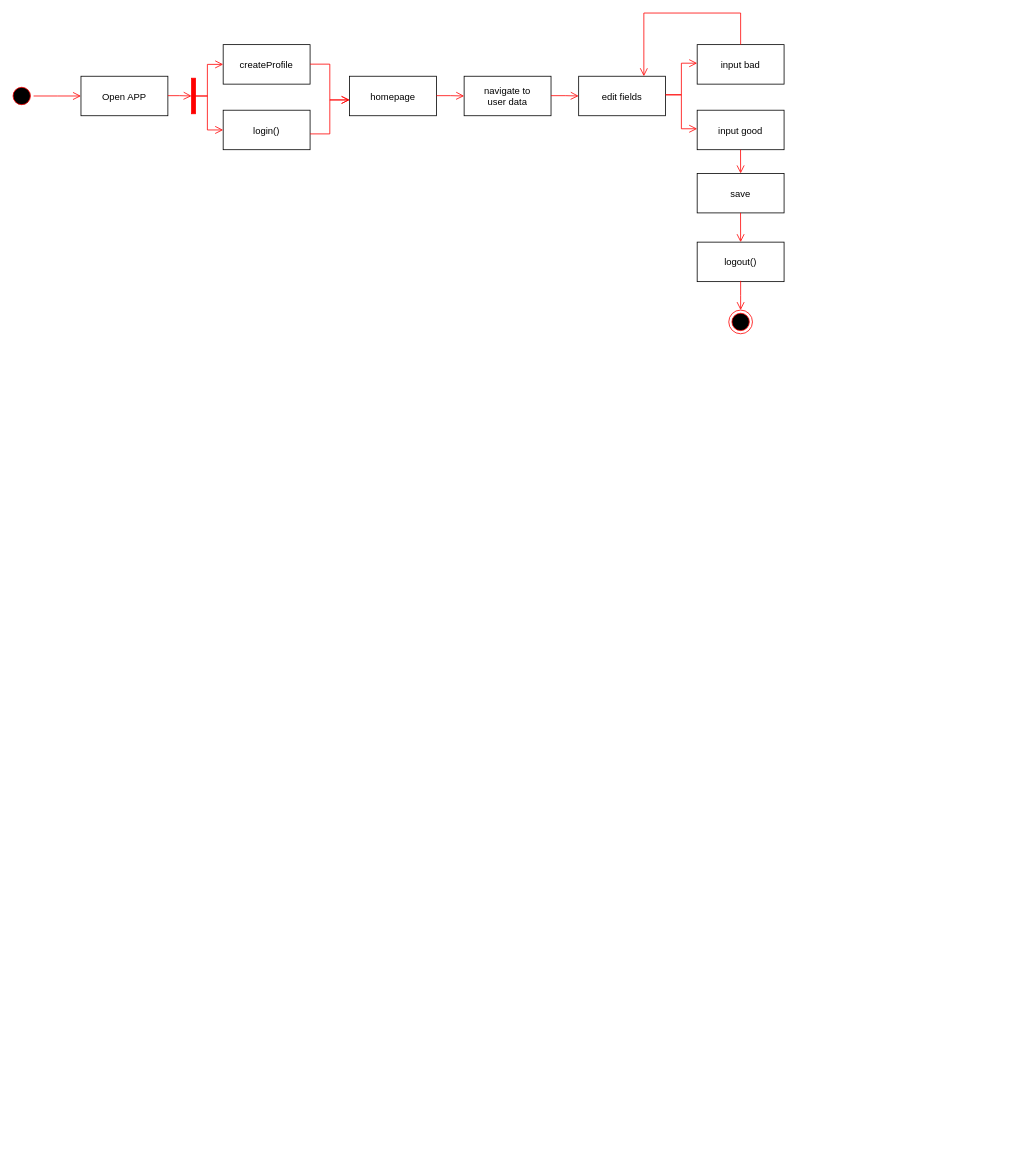
Above: activity.drawio in stefBean/BiberExercise (draw.io), before the change. Source tidied: cells renumbered, new cells numbered last; positions are measured from the earlier drawing's top-left corner, leaving out a move shared by most shapes. Both pictures are drawn from the tidied source at 79%, with x=0, y=0 at pixel (9, 13).
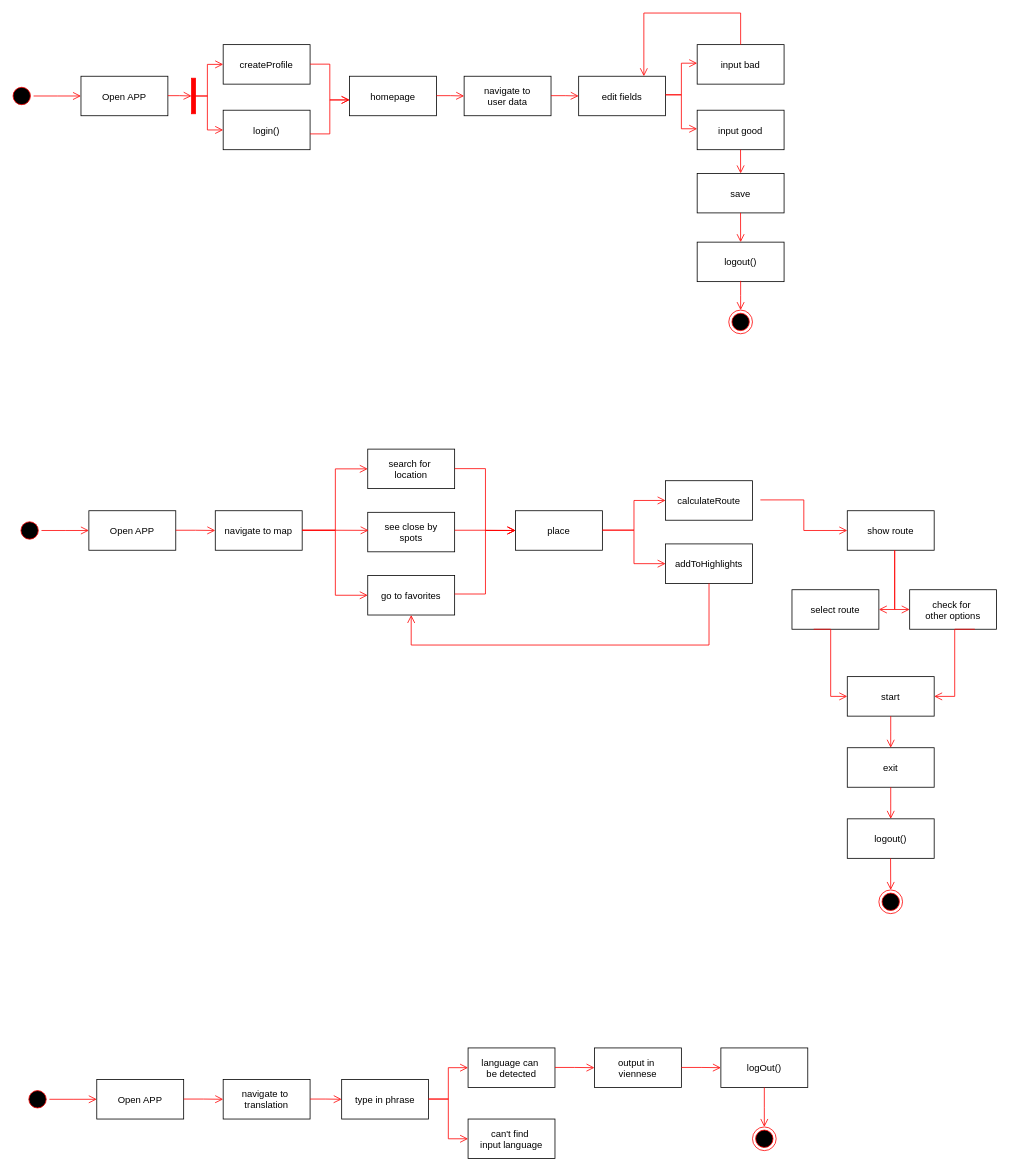
The same page after the edit.

The edit, as a diff of the source:
```diff
@@
+    <mxCell id="29" style="ellipse;shape=startState;fillColor=#000000;strokeColor=#ff0000;" parent="1" vertex="1">
+      <mxGeometry x="10" y="640" width="30" height="30" as="geometry" />
+    </mxCell>
+    <mxCell id="30" style="edgeStyle=elbowEdgeStyle;elbow=horizontal;verticalAlign=bottom;endArrow=open;endSize=8;strokeColor=#FF0000;endFill=1;rounded=0;" parent="1" edge="1" source="29" target="31">
+      <mxGeometry x="484.5" y="148" as="geometry" />
+    </mxCell>
+    <mxCell id="31" value="Open APP" parent="1" vertex="1">
+      <mxGeometry x="100" y="630" width="110" height="50" as="geometry" />
+    </mxCell>
+    <mxCell id="32" value="navigate to map" parent="1" vertex="1">
+      <mxGeometry x="260" y="630" width="110" height="50" as="geometry" />
+    </mxCell>
+    <mxCell id="33" value="search for &#10;location" parent="1" vertex="1">
+      <mxGeometry x="453" y="552" width="110" height="50" as="geometry" />
+    </mxCell>
+    <mxCell id="34" value="see close by&#10;spots" parent="1" vertex="1">
+      <mxGeometry x="453" y="632" width="110" height="50" as="geometry" />
+    </mxCell>
+    <mxCell id="35" value="go to favorites" parent="1" vertex="1">
+      <mxGeometry x="453" y="712" width="110" height="50" as="geometry" />
+    </mxCell>
+    <mxCell id="36" value="calculateRoute" parent="1" vertex="1">
+      <mxGeometry x="830" y="592" width="110" height="50" as="geometry" />
+    </mxCell>
+    <mxCell id="37" value="addToHighlights" parent="1" vertex="1">
+      <mxGeometry x="830" y="672" width="110" height="50" as="geometry" />
+    </mxCell>
+    <mxCell id="38" value="place" parent="1" vertex="1">
+      <mxGeometry x="640" y="630" width="110" height="50" as="geometry" />
+    </mxCell>
+    <mxCell id="39" style="edgeStyle=elbowEdgeStyle;elbow=horizontal;verticalAlign=bottom;endArrow=open;endSize=8;strokeColor=#FF0000;endFill=1;rounded=0;" parent="1" edge="1">
+      <mxGeometry x="484.5" y="148" as="geometry">
+        <mxPoint x="210" y="654.7" as="sourcePoint" />
+        <mxPoint x="260" y="655" as="targetPoint" />
+      </mxGeometry>
+    </mxCell>
+    <mxCell id="40" style="edgeStyle=elbowEdgeStyle;elbow=horizontal;verticalAlign=bottom;endArrow=open;endSize=8;strokeColor=#FF0000;endFill=1;rounded=0;entryX=0;entryY=0.5;entryDx=0;entryDy=0;" parent="1" edge="1" target="33">
+      <mxGeometry x="484.5" y="148" as="geometry">
+        <mxPoint x="370" y="654.7" as="sourcePoint" />
+      </mxGeometry>
+    </mxCell>
+    <mxCell id="41" style="edgeStyle=elbowEdgeStyle;elbow=horizontal;verticalAlign=bottom;endArrow=open;endSize=8;strokeColor=#FF0000;endFill=1;rounded=0;entryX=0.01;entryY=0.457;entryDx=0;entryDy=0;entryPerimeter=0;" parent="1" edge="1" target="34">
+      <mxGeometry x="484.5" y="148" as="geometry">
+        <mxPoint x="370" y="654.7" as="sourcePoint" />
+      </mxGeometry>
+    </mxCell>
+    <mxCell id="42" style="edgeStyle=elbowEdgeStyle;elbow=horizontal;verticalAlign=bottom;endArrow=open;endSize=8;strokeColor=#FF0000;endFill=1;rounded=0;entryX=0;entryY=0.5;entryDx=0;entryDy=0;" parent="1" edge="1" target="35">
+      <mxGeometry x="484.5" y="148" as="geometry">
+        <mxPoint x="370" y="654.8" as="sourcePoint" />
+      </mxGeometry>
+    </mxCell>
+    <mxCell id="43" style="edgeStyle=elbowEdgeStyle;elbow=horizontal;verticalAlign=bottom;endArrow=open;endSize=8;strokeColor=#FF0000;endFill=1;rounded=0;entryX=0;entryY=0.5;entryDx=0;entryDy=0;" parent="1" edge="1" target="38">
+      <mxGeometry x="484.5" y="148" as="geometry">
+        <mxPoint x="563" y="576.7" as="sourcePoint" />
+      </mxGeometry>
+    </mxCell>
+    <mxCell id="44" style="edgeStyle=elbowEdgeStyle;elbow=horizontal;verticalAlign=bottom;endArrow=open;endSize=8;strokeColor=#FF0000;endFill=1;rounded=0;" parent="1" edge="1">
+      <mxGeometry x="484.5" y="148" as="geometry">
+        <mxPoint x="563" y="654.7" as="sourcePoint" />
+        <mxPoint x="640" y="655" as="targetPoint" />
+      </mxGeometry>
+    </mxCell>
+    <mxCell id="45" style="edgeStyle=elbowEdgeStyle;elbow=horizontal;verticalAlign=bottom;endArrow=open;endSize=8;strokeColor=#FF0000;endFill=1;rounded=0;" parent="1" edge="1">
+      <mxGeometry x="484.5" y="148" as="geometry">
+        <mxPoint x="563" y="735.4" as="sourcePoint" />
+        <mxPoint x="640" y="655" as="targetPoint" />
+      </mxGeometry>
+    </mxCell>
+    <mxCell id="46" style="edgeStyle=elbowEdgeStyle;elbow=horizontal;verticalAlign=bottom;endArrow=open;endSize=8;strokeColor=#FF0000;endFill=1;rounded=0;entryX=0;entryY=0.5;entryDx=0;entryDy=0;" parent="1" edge="1" target="36">
+      <mxGeometry x="484.5" y="148" as="geometry">
+        <mxPoint x="750" y="654.6" as="sourcePoint" />
+      </mxGeometry>
+    </mxCell>
+    <mxCell id="47" style="edgeStyle=elbowEdgeStyle;elbow=horizontal;verticalAlign=bottom;endArrow=open;endSize=8;strokeColor=#FF0000;endFill=1;rounded=0;entryX=0;entryY=0.5;entryDx=0;entryDy=0;" parent="1" edge="1" target="37">
+      <mxGeometry x="484.5" y="148" as="geometry">
+        <mxPoint x="750" y="654.6" as="sourcePoint" />
+      </mxGeometry>
+    </mxCell>
+    <mxCell id="48" style="edgeStyle=elbowEdgeStyle;elbow=horizontal;verticalAlign=bottom;endArrow=open;endSize=8;strokeColor=#FF0000;endFill=1;rounded=0;exitX=0.5;exitY=1;exitDx=0;exitDy=0;entryX=0.5;entryY=1;entryDx=0;entryDy=0;" parent="1" edge="1" source="37" target="35">
+      <mxGeometry x="484.5" y="148" as="geometry">
+        <Array as="points">
+          <mxPoint x="696" y="800" />
+        </Array>
+      </mxGeometry>
+    </mxCell>
+    <mxCell id="49" value="show route" parent="1" vertex="1">
+      <mxGeometry x="1060" y="630" width="110" height="50" as="geometry" />
+    </mxCell>
+    <mxCell id="50" value="select route" parent="1" vertex="1">
+      <mxGeometry x="990" y="730" width="110" height="50" as="geometry" />
+    </mxCell>
+    <mxCell id="51" value="check for &#10;other options" parent="1" vertex="1">
+      <mxGeometry x="1139" y="730" width="110" height="50" as="geometry" />
+    </mxCell>
+    <mxCell id="52" style="edgeStyle=elbowEdgeStyle;elbow=horizontal;verticalAlign=bottom;endArrow=open;endSize=8;strokeColor=#FF0000;endFill=1;rounded=0;entryX=0;entryY=0.5;entryDx=0;entryDy=0;" parent="1" edge="1" target="49">
+      <mxGeometry x="484.5" y="148" as="geometry">
+        <mxPoint x="950" y="616.3" as="sourcePoint" />
+      </mxGeometry>
+    </mxCell>
+    <mxCell id="53" style="edgeStyle=elbowEdgeStyle;elbow=horizontal;verticalAlign=bottom;endArrow=open;endSize=8;strokeColor=#FF0000;endFill=1;rounded=0;entryX=1;entryY=0.5;entryDx=0;entryDy=0;" parent="1" edge="1" target="50">
+      <mxGeometry x="484.5" y="148" as="geometry">
+        <mxPoint x="1120" y="680" as="sourcePoint" />
+        <Array as="points">
+          <mxPoint x="1120" y="710" />
+        </Array>
+      </mxGeometry>
+    </mxCell>
+    <mxCell id="54" style="edgeStyle=elbowEdgeStyle;elbow=horizontal;verticalAlign=bottom;endArrow=open;endSize=8;strokeColor=#FF0000;endFill=1;rounded=0;entryX=0;entryY=0.5;entryDx=0;entryDy=0;" parent="1" edge="1" target="51">
+      <mxGeometry x="484.5" y="148" as="geometry">
+        <mxPoint x="1120" y="680" as="sourcePoint" />
+        <Array as="points">
+          <mxPoint x="1120" y="755" />
+        </Array>
+      </mxGeometry>
+    </mxCell>
+    <mxCell id="55" value="start" parent="1" vertex="1">
+      <mxGeometry x="1060" y="840" width="110" height="50" as="geometry" />
+    </mxCell>
+    <mxCell id="56" value="exit" parent="1" vertex="1">
+      <mxGeometry x="1060" y="930" width="110" height="50" as="geometry" />
+    </mxCell>
+    <mxCell id="57" value="logout()" parent="1" vertex="1">
+      <mxGeometry x="1060" y="1020" width="110" height="50" as="geometry" />
+    </mxCell>
+    <mxCell id="58" style="edgeStyle=elbowEdgeStyle;elbow=horizontal;verticalAlign=bottom;endArrow=open;endSize=8;strokeColor=#FF0000;endFill=1;rounded=0;exitX=0.75;exitY=1;exitDx=0;exitDy=0;entryX=1;entryY=0.5;entryDx=0;entryDy=0;" parent="1" edge="1" source="51" target="55">
+      <mxGeometry x="484.5" y="148" as="geometry" />
+    </mxCell>
+    <mxCell id="59" style="edgeStyle=elbowEdgeStyle;elbow=horizontal;verticalAlign=bottom;endArrow=open;endSize=8;strokeColor=#FF0000;endFill=1;rounded=0;exitX=0.25;exitY=1;exitDx=0;exitDy=0;" parent="1" edge="1" source="50">
+      <mxGeometry x="484.5" y="148" as="geometry">
+        <mxPoint x="1060" y="865" as="targetPoint" />
+      </mxGeometry>
+    </mxCell>
+    <mxCell id="60" style="edgeStyle=elbowEdgeStyle;elbow=horizontal;verticalAlign=bottom;endArrow=open;endSize=8;strokeColor=#FF0000;endFill=1;rounded=0;exitX=0.5;exitY=1;exitDx=0;exitDy=0;entryX=0.5;entryY=0;entryDx=0;entryDy=0;" parent="1" edge="1" source="55" target="56">
+      <mxGeometry x="484.5" y="148" as="geometry" />
+    </mxCell>
+    <mxCell id="61" style="edgeStyle=elbowEdgeStyle;elbow=horizontal;verticalAlign=bottom;endArrow=open;endSize=8;strokeColor=#FF0000;endFill=1;rounded=0;exitX=0.5;exitY=1;exitDx=0;exitDy=0;entryX=0.5;entryY=0;entryDx=0;entryDy=0;" parent="1" edge="1">
+      <mxGeometry x="484.5" y="148" as="geometry">
+        <mxPoint x="1115" y="980" as="sourcePoint" />
+        <mxPoint x="1115" y="1020" as="targetPoint" />
+      </mxGeometry>
+    </mxCell>
+    <mxCell id="62" style="ellipse;shape=endState;fillColor=#000000;strokeColor=#ff0000;" parent="1" vertex="1">
+      <mxGeometry x="1100" y="1110" width="30" height="30" as="geometry" />
+    </mxCell>
+    <mxCell id="63" style="edgeStyle=elbowEdgeStyle;elbow=horizontal;verticalAlign=bottom;endArrow=open;endSize=8;strokeColor=#FF0000;endFill=1;rounded=0;exitX=0.5;exitY=1;exitDx=0;exitDy=0;entryX=0.5;entryY=0;entryDx=0;entryDy=0;" parent="1" edge="1">
+      <mxGeometry x="484.5" y="148" as="geometry">
+        <mxPoint x="1114.8" y="1070" as="sourcePoint" />
+        <mxPoint x="1114.8" y="1110" as="targetPoint" />
+      </mxGeometry>
+    </mxCell>
+    <mxCell id="64" style="ellipse;shape=startState;fillColor=#000000;strokeColor=#ff0000;" parent="1" vertex="1">
+      <mxGeometry x="20" y="1360" width="30" height="30" as="geometry" />
+    </mxCell>
+    <mxCell id="65" style="edgeStyle=elbowEdgeStyle;elbow=horizontal;verticalAlign=bottom;endArrow=open;endSize=8;strokeColor=#FF0000;endFill=1;rounded=0;" parent="1" edge="1" source="64" target="66">
+      <mxGeometry x="484.5" y="148" as="geometry" />
+    </mxCell>
+    <mxCell id="66" value="Open APP" parent="1" vertex="1">
+      <mxGeometry x="110" y="1350" width="110" height="50" as="geometry" />
+    </mxCell>
+    <mxCell id="67" value="navigate to &#10;translation" parent="1" vertex="1">
+      <mxGeometry x="270" y="1350" width="110" height="50" as="geometry" />
+    </mxCell>
+    <mxCell id="68" style="edgeStyle=elbowEdgeStyle;elbow=horizontal;verticalAlign=bottom;endArrow=open;endSize=8;strokeColor=#FF0000;endFill=1;rounded=0;" parent="1" edge="1">
+      <mxGeometry x="484.5" y="148" as="geometry">
+        <mxPoint x="220" y="1374.7" as="sourcePoint" />
+        <mxPoint x="270" y="1375" as="targetPoint" />
+      </mxGeometry>
+    </mxCell>
+    <mxCell id="69" value="type in phrase" parent="1" vertex="1">
+      <mxGeometry x="420" y="1350" width="110" height="50" as="geometry" />
+    </mxCell>
+    <mxCell id="70" value="language can &#10;be detected" parent="1" vertex="1">
+      <mxGeometry x="580" y="1310" width="110" height="50" as="geometry" />
+    </mxCell>
+    <mxCell id="71" value="can't find &#10;input language" parent="1" vertex="1">
+      <mxGeometry x="580" y="1400" width="110" height="50" as="geometry" />
+    </mxCell>
+    <mxCell id="72" value="output in &#10;viennese" parent="1" vertex="1">
+      <mxGeometry x="740" y="1310" width="110" height="50" as="geometry" />
+    </mxCell>
+    <mxCell id="73" value="logOut()" parent="1" vertex="1">
+      <mxGeometry x="900" y="1310" width="110" height="50" as="geometry" />
+    </mxCell>
+    <mxCell id="74" style="edgeStyle=elbowEdgeStyle;elbow=horizontal;verticalAlign=bottom;endArrow=open;endSize=8;strokeColor=#FF0000;endFill=1;rounded=0;" parent="1" edge="1">
+      <mxGeometry x="484.5" y="148" as="geometry">
+        <mxPoint x="380" y="1374.7" as="sourcePoint" />
+        <mxPoint x="420" y="1375" as="targetPoint" />
+      </mxGeometry>
+    </mxCell>
+    <mxCell id="75" style="edgeStyle=elbowEdgeStyle;elbow=horizontal;verticalAlign=bottom;endArrow=open;endSize=8;strokeColor=#FF0000;endFill=1;rounded=0;entryX=0;entryY=0.5;entryDx=0;entryDy=0;" parent="1" edge="1" target="70">
+      <mxGeometry x="484.5" y="148" as="geometry">
+        <mxPoint x="530" y="1374.7" as="sourcePoint" />
+      </mxGeometry>
+    </mxCell>
+    <mxCell id="76" style="edgeStyle=elbowEdgeStyle;elbow=horizontal;verticalAlign=bottom;endArrow=open;endSize=8;strokeColor=#FF0000;endFill=1;rounded=0;entryX=0;entryY=0.5;entryDx=0;entryDy=0;" parent="1" edge="1" target="71">
+      <mxGeometry x="484.5" y="148" as="geometry">
+        <mxPoint x="530" y="1374.7" as="sourcePoint" />
+      </mxGeometry>
+    </mxCell>
+    <mxCell id="77" style="edgeStyle=elbowEdgeStyle;elbow=horizontal;verticalAlign=bottom;endArrow=open;endSize=8;strokeColor=#FF0000;endFill=1;rounded=0;entryX=0;entryY=0.5;entryDx=0;entryDy=0;" parent="1" edge="1" target="72">
+      <mxGeometry x="484.5" y="148" as="geometry">
+        <mxPoint x="690" y="1334.7" as="sourcePoint" />
+      </mxGeometry>
+    </mxCell>
+    <mxCell id="78" style="edgeStyle=elbowEdgeStyle;elbow=horizontal;verticalAlign=bottom;endArrow=open;endSize=8;strokeColor=#FF0000;endFill=1;rounded=0;entryX=0;entryY=0.5;entryDx=0;entryDy=0;" parent="1" edge="1">
+      <mxGeometry x="484.5" y="148" as="geometry">
+        <mxPoint x="850" y="1334.7" as="sourcePoint" />
+        <mxPoint x="900" y="1335" as="targetPoint" />
+      </mxGeometry>
+    </mxCell>
+    <mxCell id="79" style="edgeStyle=elbowEdgeStyle;elbow=horizontal;verticalAlign=bottom;endArrow=open;endSize=8;strokeColor=#FF0000;endFill=1;rounded=0;exitX=0.5;exitY=1;exitDx=0;exitDy=0;" parent="1" edge="1" source="73">
+      <mxGeometry x="484.5" y="148" as="geometry">
+        <mxPoint x="955" y="1410" as="targetPoint" />
+      </mxGeometry>
+    </mxCell>
+    <mxCell id="80" style="ellipse;shape=endState;fillColor=#000000;strokeColor=#ff0000;" parent="1" vertex="1">
+      <mxGeometry x="940" y="1410" width="30" height="30" as="geometry" />
+    </mxCell>
```
